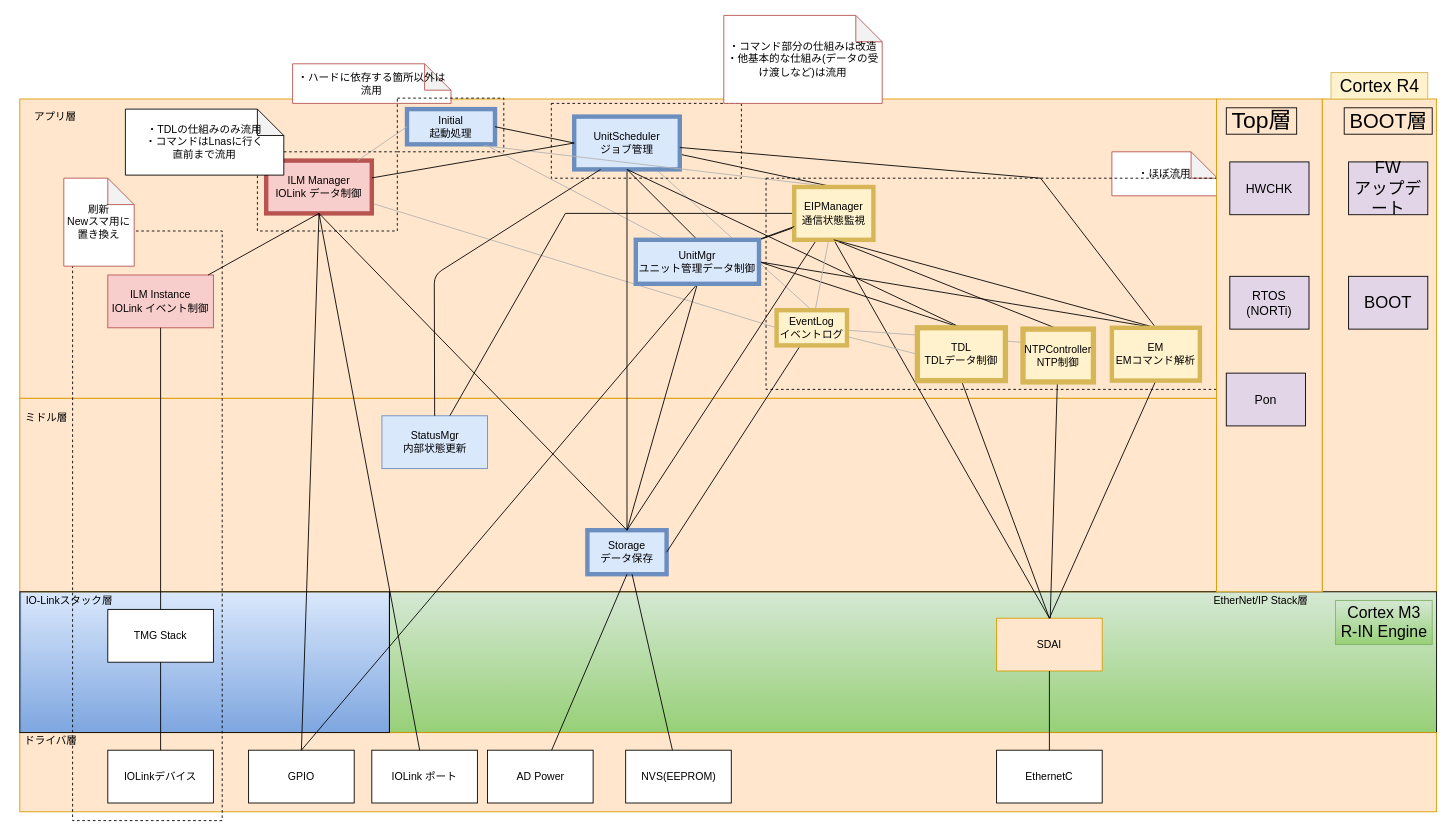
YutaSuzukiGARI/nwunit keeps this draw.io diagram as page "NXR-ILM静的構造_整理" (2 of 4) of NWユニット_アーキテクチャ図.drawio. Above is the earlier version. Source tidied: cells renumbered, new cells numbered last; positions are measured from the earlier drawing's top-left corner, leaving out a move shared by most shapes. Both pictures are drawn from the tidied source at 88%, with x=0, y=0 at pixel (15, 15).
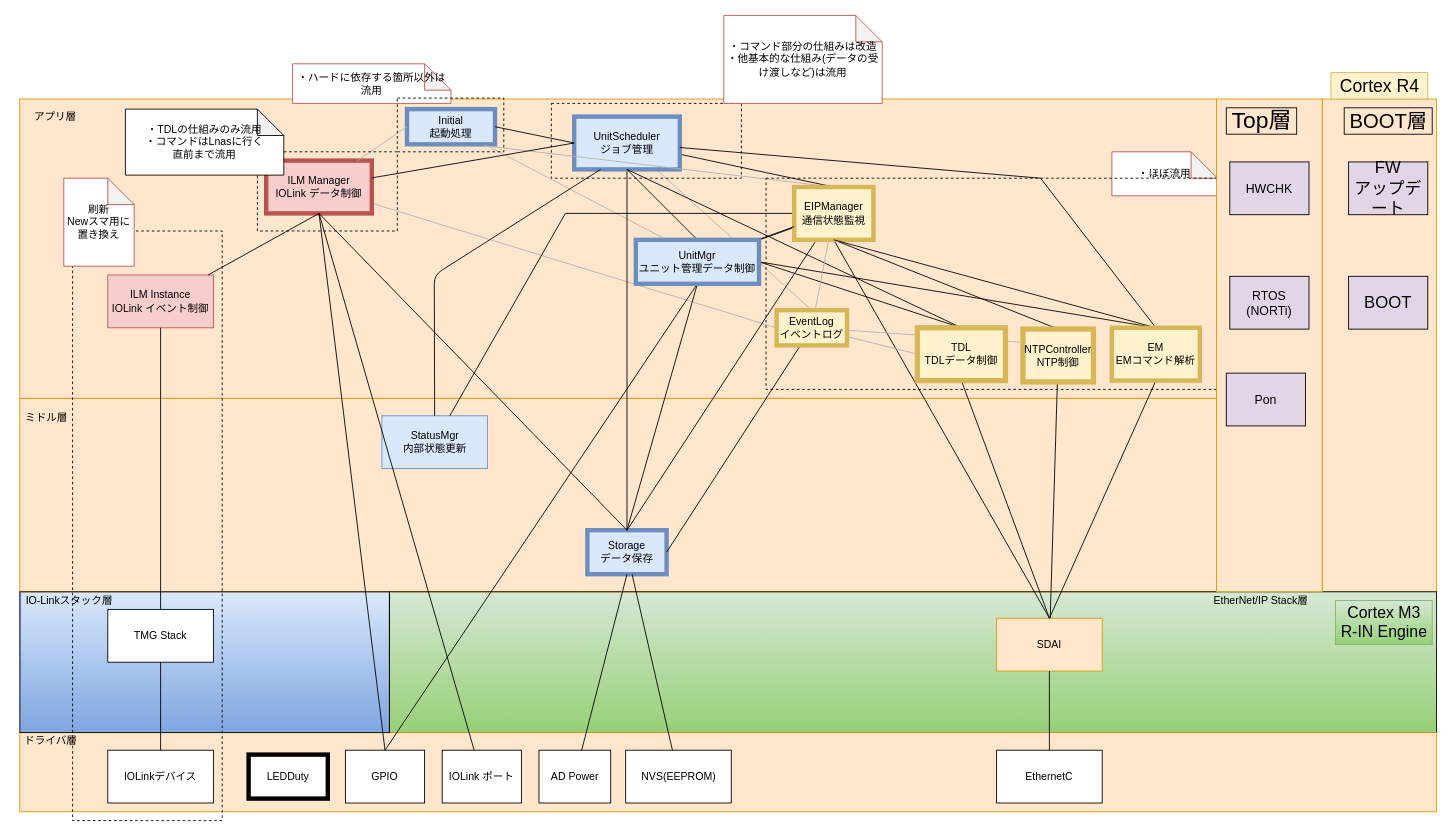
Above is the later version.

Change to the diagram source:
```diff
@@
     <mxCell id="28" value="AD Power" style="rounded=0;whiteSpace=wrap;html=1;fillColor=default;strokeColor=default;fontColor=default;" parent="1" vertex="1">
-      <mxGeometry x="536.5" y="835" width="120" height="60" as="geometry" />
+      <mxGeometry x="595" y="835" width="81.5" height="60" as="geometry" />
     </mxCell>
@@
     <mxCell id="38" value="GPIO" style="rounded=0;whiteSpace=wrap;html=1;" parent="1" vertex="1">
-      <mxGeometry x="265" y="835" width="120" height="60" as="geometry" />
+      <mxGeometry x="375" y="835" width="90" height="60" as="geometry" />
     </mxCell>
     <mxCell id="39" value="IOLink ポート" style="rounded=0;whiteSpace=wrap;html=1;fillColor=default;strokeColor=default;fontColor=default;" parent="1" vertex="1">
-      <mxGeometry x="405" y="835" width="120" height="60" as="geometry" />
+      <mxGeometry x="485" y="835" width="90" height="60" as="geometry" />
     </mxCell>
@@
+    <mxCell id="96" value="LEDDuty" style="rounded=0;whiteSpace=wrap;html=1;strokeWidth=5;" parent="1" vertex="1">
+      <mxGeometry x="265" y="840" width="90" height="50" as="geometry" />
+    </mxCell>
```
